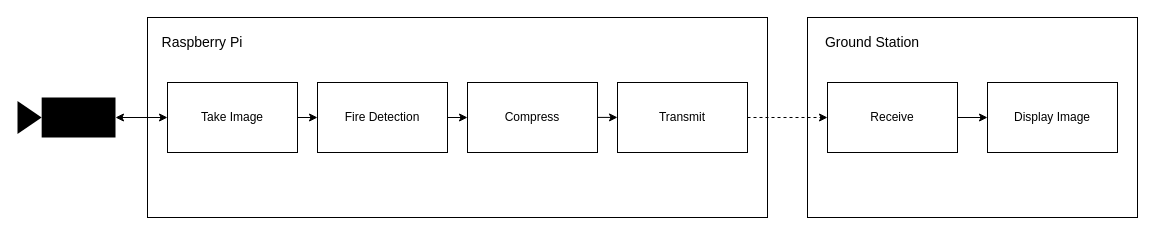
The draw.io diagram figures/systemdiagram.drawio in Mast3rwaf1z/p4, before the edit. Source tidied: cells renumbered, new cells numbered last; positions are measured from the earlier drawing's top-left corner, leaving out a move shared by most shapes. Both pictures are drawn from the tidied source at 100%, with x=0, y=0 at pixel (17, 17).
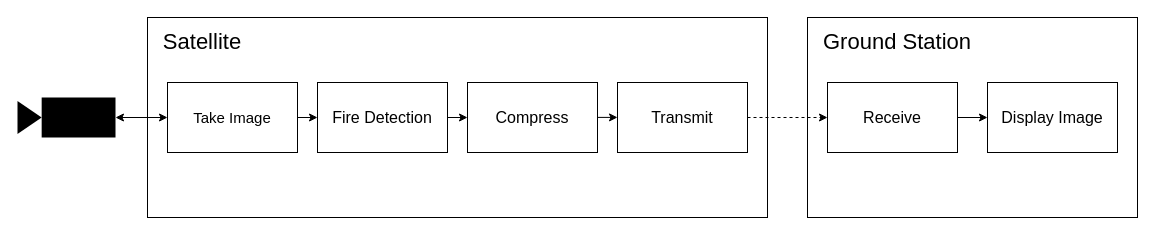
The same diagram, later.

The edit, as a diff of the source:
```diff
@@
 <mxGraphModel>
   <root>
     <mxCell id="0" />
     <mxCell id="1" parent="0" />
     <mxCell id="2" style="rounded=0;whiteSpace=wrap;html=1;fillColor=none;" parent="1" vertex="1">
       <mxGeometry x="130" width="620" height="200" as="geometry" />
     </mxCell>
-    <mxCell id="3" value="Fire Detection" style="rounded=0;whiteSpace=wrap;html=1;" parent="1" vertex="1">
+    <mxCell id="3" value="&lt;font style=&quot;font-size: 16px&quot;&gt;Fire Detection&lt;/font&gt;" style="rounded=0;whiteSpace=wrap;html=1;" parent="1" vertex="1">
       <mxGeometry x="300" y="65" width="130" height="70" as="geometry" />
     </mxCell>
-    <mxCell id="4" value="Take Image" style="rounded=0;whiteSpace=wrap;html=1;" parent="1" vertex="1">
+    <mxCell id="4" value="&lt;font style=&quot;font-size: 15px&quot;&gt;Take Image&lt;/font&gt;" style="rounded=0;whiteSpace=wrap;html=1;" parent="1" vertex="1">
       <mxGeometry x="150" y="65" width="130" height="70" as="geometry" />
     </mxCell>
-    <mxCell id="5" value="Compress" style="rounded=0;whiteSpace=wrap;html=1;" parent="1" vertex="1">
+    <mxCell id="5" value="&lt;font style=&quot;font-size: 16px&quot;&gt;Compress&lt;/font&gt;" style="rounded=0;whiteSpace=wrap;html=1;" parent="1" vertex="1">
       <mxGeometry x="450" y="65" width="130" height="70" as="geometry" />
     </mxCell>
-    <mxCell id="6" value="&lt;font style=&quot;font-size: 14px&quot;&gt;Raspberry Pi&lt;/font&gt;" style="text;html=1;strokeColor=none;fillColor=none;align=center;verticalAlign=middle;whiteSpace=wrap;rounded=0;" parent="1" vertex="1">
+    <mxCell id="6" value="&lt;font style=&quot;font-size: 22px&quot;&gt;Satellite&lt;/font&gt;" style="text;html=1;strokeColor=none;fillColor=none;align=center;verticalAlign=middle;whiteSpace=wrap;rounded=0;" parent="1" vertex="1">
       <mxGeometry x="140" y="10" width="90" height="30" as="geometry" />
     </mxCell>
     <mxCell id="7" style="endArrow=classic;html=1;rounded=0;fontSize=14;entryX=0;entryY=0.5;entryDx=0;entryDy=0;" parent="1" edge="1" source="4" target="3">
       <mxGeometry relative="1" as="geometry" />
     </mxCell>
     <mxCell id="8" style="endArrow=classic;html=1;rounded=0;fontSize=14;exitX=1;exitY=0.5;exitDx=0;exitDy=0;entryX=0;entryY=0.5;entryDx=0;entryDy=0;" parent="1" edge="1" source="3" target="5">
       <mxGeometry relative="1" as="geometry" />
     </mxCell>
     <mxCell id="9" style="shape=mxgraph.signs.tech.video_camera;html=1;fillColor=#000000;strokeColor=none;verticalLabelPosition=bottom;verticalAlign=top;align=center;fontSize=14;rotation=-180;" parent="1" vertex="1">
       <mxGeometry y="80" width="98" height="40" as="geometry" />
     </mxCell>
     <mxCell id="10" style="endArrow=classic;startArrow=classic;html=1;rounded=0;fontSize=14;exitX=0;exitY=0.5;exitDx=0;exitDy=0;exitPerimeter=0;entryX=0;entryY=0.5;entryDx=0;entryDy=0;" parent="1" edge="1" source="9" target="4">
       <mxGeometry relative="1" as="geometry" />
     </mxCell>
     <mxCell id="11" style="endArrow=classic;html=1;rounded=0;fontSize=14;jumpStyle=none;dashed=1;entryX=0;entryY=0.5;entryDx=0;entryDy=0;" parent="1" edge="1" source="17" target="13">
       <mxGeometry relative="1" as="geometry" />
     </mxCell>
     <mxCell id="12" style="rounded=0;whiteSpace=wrap;html=1;fontSize=14;fillColor=none;" parent="1" vertex="1">
       <mxGeometry x="790" width="330" height="200" as="geometry" />
     </mxCell>
-    <mxCell id="13" value="Receive" style="rounded=0;whiteSpace=wrap;html=1;" parent="1" vertex="1">
+    <mxCell id="13" value="&lt;font style=&quot;font-size: 16px&quot;&gt;Receive&lt;/font&gt;" style="rounded=0;whiteSpace=wrap;html=1;" parent="1" vertex="1">
       <mxGeometry x="810" y="65" width="130" height="70" as="geometry" />
     </mxCell>
-    <mxCell id="14" value="Display Image" style="rounded=0;whiteSpace=wrap;html=1;" parent="1" vertex="1">
+    <mxCell id="14" value="&lt;font style=&quot;font-size: 16px&quot;&gt;Display Image&lt;/font&gt;" style="rounded=0;whiteSpace=wrap;html=1;" parent="1" vertex="1">
       <mxGeometry x="970" y="65" width="130" height="70" as="geometry" />
     </mxCell>
     <mxCell id="15" style="endArrow=classic;html=1;rounded=0;fontSize=14;jumpStyle=none;exitX=1;exitY=0.5;exitDx=0;exitDy=0;" parent="1" edge="1" source="13" target="14">
       <mxGeometry relative="1" as="geometry" />
     </mxCell>
-    <mxCell id="16" value="Ground Station" style="text;html=1;strokeColor=none;fillColor=none;align=center;verticalAlign=middle;whiteSpace=wrap;rounded=0;fontSize=14;" parent="1" vertex="1">
-      <mxGeometry x="800" y="10" width="110" height="30" as="geometry" />
+    <mxCell id="16" value="&lt;font style=&quot;font-size: 22px&quot;&gt;Ground Station&lt;/font&gt;" style="text;html=1;strokeColor=none;fillColor=none;align=center;verticalAlign=middle;whiteSpace=wrap;rounded=0;fontSize=14;" parent="1" vertex="1">
+      <mxGeometry x="800" y="10" width="160" height="30" as="geometry" />
     </mxCell>
-    <mxCell id="17" value="Transmit" style="rounded=0;whiteSpace=wrap;html=1;" parent="1" vertex="1">
+    <mxCell id="17" value="&lt;font style=&quot;font-size: 16px&quot;&gt;Transmit&lt;/font&gt;" style="rounded=0;whiteSpace=wrap;html=1;" parent="1" vertex="1">
       <mxGeometry x="600" y="65" width="130" height="70" as="geometry" />
     </mxCell>
     <mxCell id="18" style="endArrow=classic;html=1;rounded=0;fontSize=14;exitX=1;exitY=0.5;exitDx=0;exitDy=0;entryX=0;entryY=0.5;entryDx=0;entryDy=0;" parent="1" edge="1">
       <mxGeometry relative="1" as="geometry">
         <mxPoint x="580" y="99.9" as="sourcePoint" />
         <mxPoint x="600" y="99.9" as="targetPoint" />
       </mxGeometry>
     </mxCell>
   </root>
 </mxGraphModel>
```
